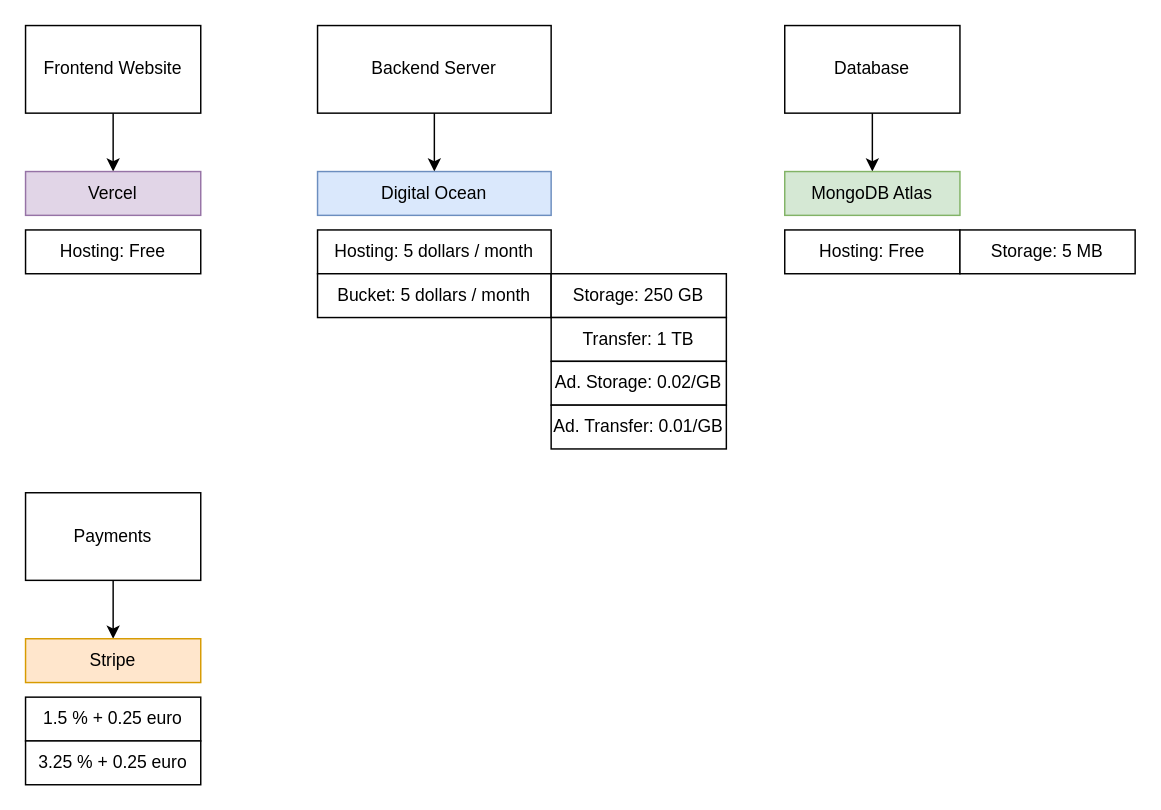
The draw.io diagram page "Page-3" (3 of 3) of Project Plan.drawio in zachfotis/complice, before the edit. Source tidied: cells renumbered, new cells numbered last; positions are measured from the earlier drawing's top-left corner, leaving out a move shared by most shapes. Both pictures are drawn from the tidied source at 146%, with x=0, y=0 at pixel (25, 25).
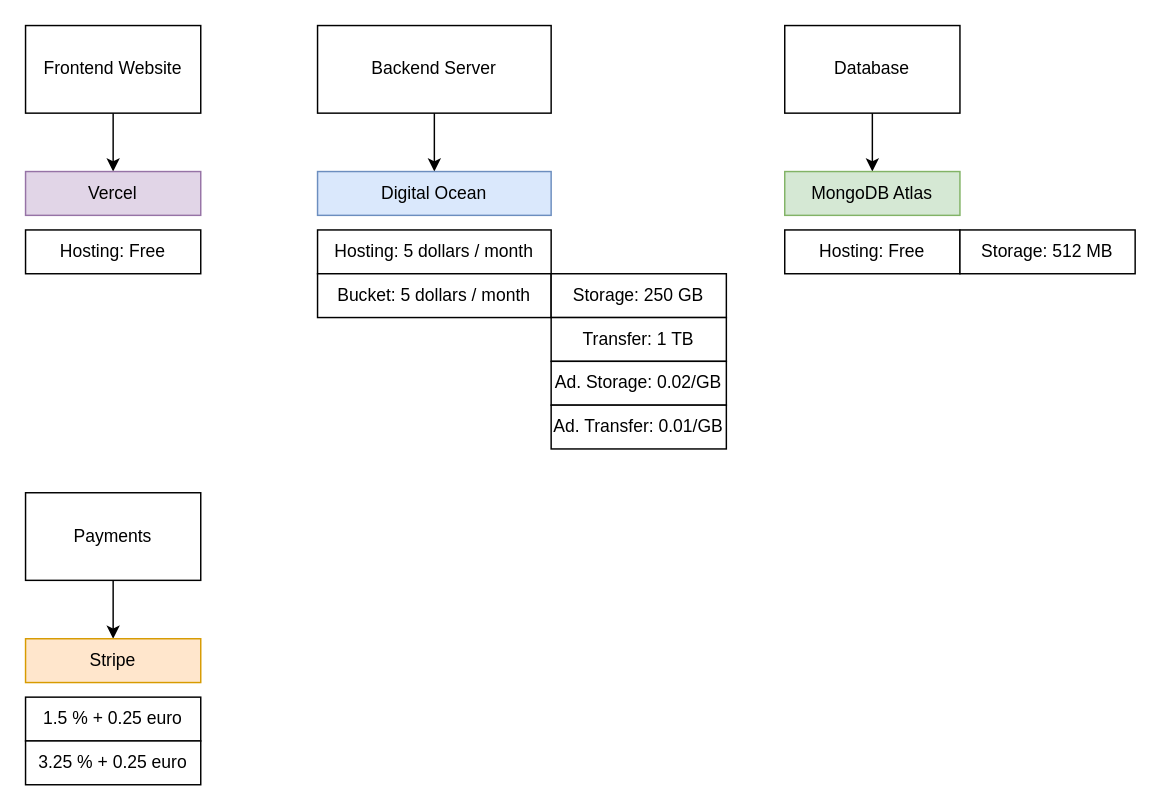
The same diagram, later.

Diff of the diagram source:
```diff
@@
-    <mxCell id="19" value="Storage: 5 MB" style="rounded=0;whiteSpace=wrap;html=1;" parent="1" vertex="1">
+    <mxCell id="19" value="Storage: 512 MB" style="rounded=0;whiteSpace=wrap;html=1;" parent="1" vertex="1">
       <mxGeometry x="640" y="140" width="120" height="30" as="geometry" />
     </mxCell>
```
